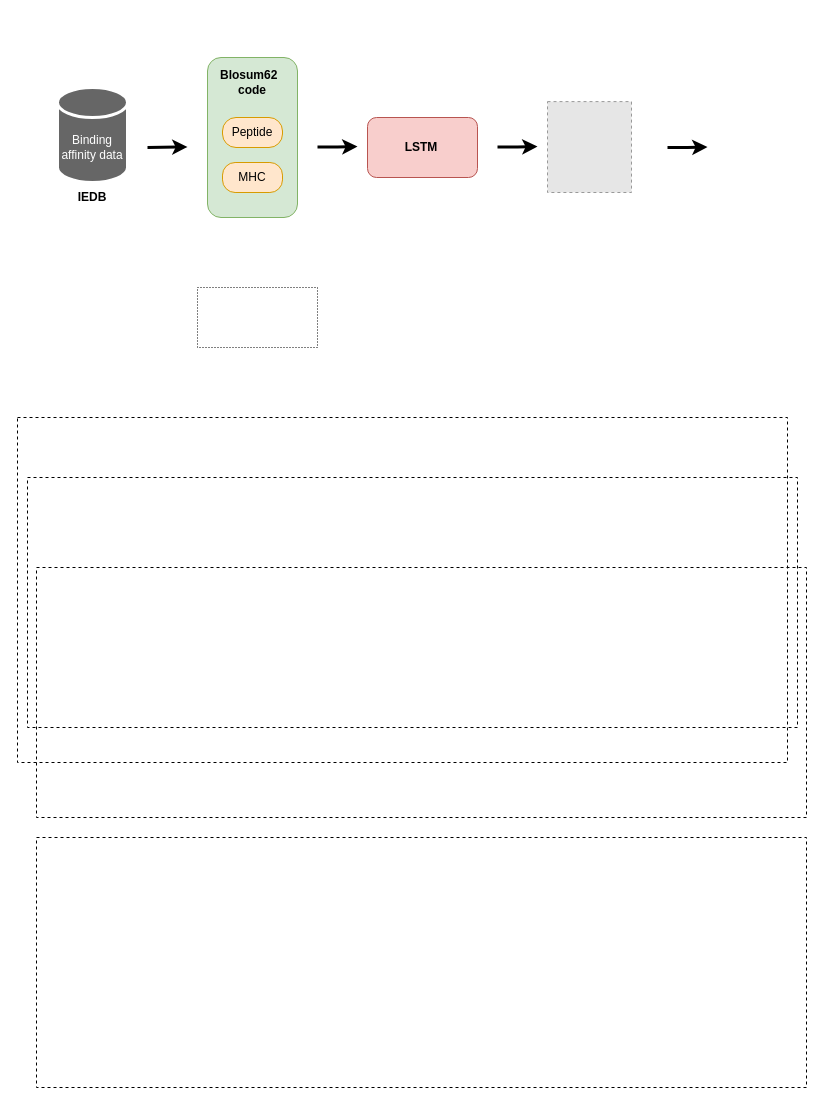
This is 未命名绘图.drawio from GuangShuaiWang/Diagram, a draw.io file, before an edit. Source tidied: cells renumbered, new cells numbered last; positions are measured from the earlier drawing's top-left corner, leaving out a move shared by most shapes. Both pictures are drawn from the tidied source at 100%, with x=0, y=0 at pixel (17, 57). Pictures stored in the file or linked from it are replaced by grey dashed boxes.
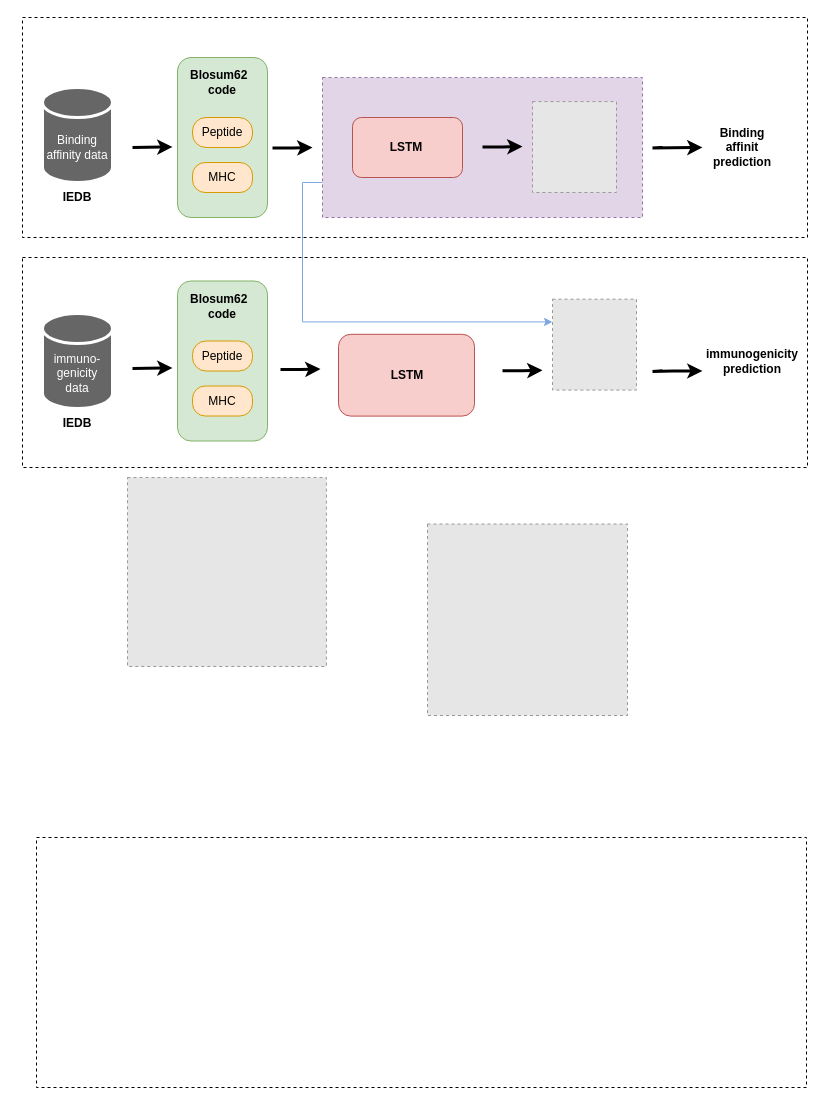
After the change.

Commit message:
更新未命名绘图.drawio

What changed in the source:
```diff
@@
     <mxCell id="2" style="rounded=0;whiteSpace=wrap;html=1;dashed=1;fillColor=none;strokeColor=#000000;" parent="1" vertex="1">
-      <mxGeometry x="10" y="420" width="770" height="250" as="geometry" />
+      <mxGeometry x="5" y="-40" width="785" height="220" as="geometry" />
     </mxCell>
+    <mxCell id="21" style="edgeStyle=orthogonalEdgeStyle;rounded=0;jettySize=auto;html=1;exitX=0;exitY=0.75;exitDx=0;exitDy=0;entryX=0;entryY=0.25;entryDx=0;entryDy=0;fontFamily=Helvetica;fontSize=12;fontColor=default;strokeColor=#7EA6E0;strokeWidth=1;" parent="1" edge="1" source="3" target="33">
+      <mxGeometry relative="1" as="geometry" />
+    </mxCell>
-    <mxCell id="3" style="rounded=0;whiteSpace=wrap;html=1;dashed=1;fillColor=none;strokeColor=#000000;" parent="1" vertex="1">
-      <mxGeometry y="360" width="770" height="345" as="geometry" />
+    <mxCell id="3" style="rounded=0;whiteSpace=wrap;html=1;dashed=1;fillColor=#e1d5e7;strokeColor=#9673a6;" parent="1" vertex="1">
+      <mxGeometry x="305" y="20" width="320" height="140" as="geometry" />
     </mxCell>
     <mxCell id="4" style="rounded=0;whiteSpace=wrap;html=1;dashed=1;fillColor=none;strokeColor=#000000;" parent="1" vertex="1">
-      <mxGeometry x="19" y="510" width="770" height="250" as="geometry" />
+      <mxGeometry x="5" y="200" width="785" height="210" as="geometry" />
     </mxCell>
@@
     <mxCell id="6" style="shape=cylinder3;whiteSpace=wrap;html=1;boundedLbl=1;backgroundOutline=1;size=15;strokeColor=#FFFFFF;fillColor=#666666;strokeWidth=3;" parent="1" vertex="1">
-      <mxGeometry x="40" y="30" width="70" height="95" as="geometry" />
+      <mxGeometry x="25" y="30" width="70" height="95" as="geometry" />
     </mxCell>
     <mxCell id="7" value="&lt;font color=&quot;#ffffff&quot;&gt;Binding&lt;br&gt;affinity data&lt;br&gt;&lt;/font&gt;" style="text;html=1;strokeColor=none;fillColor=none;align=center;verticalAlign=middle;whiteSpace=wrap;rounded=0;" parent="1" vertex="1">
-      <mxGeometry x="40" y="75" width="70" height="30" as="geometry" />
+      <mxGeometry x="25" y="75" width="70" height="30" as="geometry" />
     </mxCell>
     <mxCell id="8" value="&lt;font color=&quot;#000000&quot;&gt;&lt;b&gt;IEDB&lt;/b&gt;&lt;/font&gt;" style="text;html=1;strokeColor=none;fillColor=none;align=center;verticalAlign=middle;whiteSpace=wrap;rounded=0;fontColor=#FFFFFF;" parent="1" vertex="1">
-      <mxGeometry x="45" y="125" width="60" height="30" as="geometry" />
+      <mxGeometry x="30" y="125" width="60" height="30" as="geometry" />
     </mxCell>
     <mxCell id="9" style="endArrow=classic;html=1;rounded=0;fontColor=#000000;strokeWidth=3;" parent="1" edge="1">
       <mxGeometry relative="1" as="geometry">
-        <mxPoint x="130" y="89.9" as="sourcePoint" />
-        <mxPoint x="170" y="89.5" as="targetPoint" />
+        <mxPoint x="115" y="89.9" as="sourcePoint" />
+        <mxPoint x="155" y="89.5" as="targetPoint" />
       </mxGeometry>
     </mxCell>
     <mxCell id="10" style="fillColor=#E6E6E6;strokeColor=#999999;dashed=1;verticalLabelPosition=bottom;verticalAlign=top;fontColor=#000000;" parent="1" vertex="1">
-      <mxGeometry x="530" y="44.1" width="84" height="90.9" as="geometry" />
+      <mxGeometry x="515" y="44.1" width="84" height="90.9" as="geometry" />
     </mxCell>
-    <mxCell id="11" style="rounded=0;whiteSpace=wrap;html=1;dashed=1;dashPattern=1 2;sketch=0;fontColor=#000000;strokeColor=#000000;strokeWidth=1;fillColor=none;" parent="1" vertex="1">
-      <mxGeometry x="180" y="230" width="120" height="60" as="geometry" />
-    </mxCell>
     <mxCell id="12" style="rounded=1;whiteSpace=wrap;html=1;fontFamily=Helvetica;fontSize=12;fillColor=#d5e8d4;strokeColor=#82b366;" parent="1" vertex="1">
-      <mxGeometry x="190" width="90" height="160" as="geometry" />
+      <mxGeometry x="160" width="90" height="160" as="geometry" />
     </mxCell>
     <mxCell id="13" value="&lt;b&gt;Blosum62 &amp;nbsp;&lt;br&gt;code&lt;br&gt;&lt;/b&gt;" style="text;html=1;strokeColor=none;fillColor=none;align=center;verticalAlign=middle;whiteSpace=wrap;rounded=0;fontFamily=Helvetica;fontSize=12;fontColor=default;" parent="1" vertex="1">
-      <mxGeometry x="200" y="10" width="70" height="30" as="geometry" />
+      <mxGeometry x="170" y="10" width="70" height="30" as="geometry" />
     </mxCell>
     <mxCell id="14" value="Peptide" style="text;html=1;strokeColor=#d79b00;fillColor=#ffe6cc;align=center;verticalAlign=middle;whiteSpace=wrap;rounded=1;fontFamily=Helvetica;fontSize=12;arcSize=45;" parent="1" vertex="1">
-      <mxGeometry x="205" y="60" width="60" height="30" as="geometry" />
+      <mxGeometry x="175" y="60" width="60" height="30" as="geometry" />
     </mxCell>
     <mxCell id="15" value="MHC" style="text;html=1;strokeColor=#d79b00;fillColor=#ffe6cc;align=center;verticalAlign=middle;whiteSpace=wrap;rounded=1;fontFamily=Helvetica;fontSize=12;arcSize=42;" parent="1" vertex="1">
-      <mxGeometry x="205" y="105" width="60" height="30" as="geometry" />
+      <mxGeometry x="175" y="105" width="60" height="30" as="geometry" />
     </mxCell>
     <mxCell id="16" style="endArrow=classic;html=1;rounded=0;fontColor=#000000;strokeWidth=3;" parent="1" edge="1">
       <mxGeometry relative="1" as="geometry">
-        <mxPoint x="300" y="89.4" as="sourcePoint" />
-        <mxPoint x="340" y="89" as="targetPoint" />
+        <mxPoint x="255" y="90.5" as="sourcePoint" />
+        <mxPoint x="295" y="90" as="targetPoint" />
         <Array as="points">
-          <mxPoint x="320" y="89.4" />
+          <mxPoint x="275" y="90.5" />
         </Array>
       </mxGeometry>
     </mxCell>
     <mxCell id="17" style="rounded=1;whiteSpace=wrap;html=1;fontFamily=Helvetica;fontSize=12;fillColor=#f8cecc;strokeColor=#b85450;" parent="1" vertex="1">
-      <mxGeometry x="350" y="60" width="110" height="60" as="geometry" />
+      <mxGeometry x="335" y="60" width="110" height="60" as="geometry" />
     </mxCell>
     <mxCell id="18" style="endArrow=classic;html=1;rounded=0;fontColor=#000000;strokeWidth=3;" parent="1" edge="1">
       <mxGeometry relative="1" as="geometry">
-        <mxPoint x="480" y="89.4" as="sourcePoint" />
-        <mxPoint x="520" y="89" as="targetPoint" />
+        <mxPoint x="465" y="89.4" as="sourcePoint" />
+        <mxPoint x="505" y="89" as="targetPoint" />
         <Array as="points">
-          <mxPoint x="500" y="89.4" />
+          <mxPoint x="485" y="89.4" />
         </Array>
       </mxGeometry>
     </mxCell>
     <mxCell id="19" value="&lt;b&gt;LSTM&lt;/b&gt;" style="text;html=1;strokeColor=none;fillColor=none;align=center;verticalAlign=middle;whiteSpace=wrap;rounded=0;fontFamily=Helvetica;fontSize=12;fontColor=default;" parent="1" vertex="1">
-      <mxGeometry x="374" y="75" width="60" height="30" as="geometry" />
+      <mxGeometry x="359" y="75" width="60" height="30" as="geometry" />
     </mxCell>
     <mxCell id="20" style="endArrow=classic;html=1;rounded=0;fontColor=#000000;strokeWidth=3;" parent="1" edge="1">
       <mxGeometry relative="1" as="geometry">
-        <mxPoint x="650" y="90" as="sourcePoint" />
-        <mxPoint x="690" y="89.5" as="targetPoint" />
+        <mxPoint x="645" y="90" as="sourcePoint" />
+        <mxPoint x="685" y="90" as="targetPoint" />
         <Array as="points">
-          <mxPoint x="670" y="90" />
+          <mxPoint x="635" y="90.5" />
         </Array>
       </mxGeometry>
     </mxCell>
+    <mxCell id="22" value="&lt;b&gt;Binding affinit&lt;br&gt;prediction&lt;/b&gt;" style="text;html=1;strokeColor=none;fillColor=none;align=center;verticalAlign=middle;whiteSpace=wrap;rounded=0;fontFamily=Helvetica;fontSize=12;fontColor=default;" parent="1" vertex="1">
+      <mxGeometry x="695" y="75" width="60" height="30" as="geometry" />
+    </mxCell>
+    <mxCell id="23" style="shape=cylinder3;whiteSpace=wrap;html=1;boundedLbl=1;backgroundOutline=1;size=15;strokeColor=#FFFFFF;fillColor=#666666;strokeWidth=3;" parent="1" vertex="1">
+      <mxGeometry x="25" y="256" width="70" height="95" as="geometry" />
+    </mxCell>
+    <mxCell id="24" value="&lt;font color=&quot;#ffffff&quot;&gt;immuno-&lt;br&gt;genicity&lt;br&gt;data&lt;br&gt;&lt;/font&gt;" style="text;html=1;strokeColor=none;fillColor=none;align=center;verticalAlign=middle;whiteSpace=wrap;rounded=0;" parent="1" vertex="1">
+      <mxGeometry x="25" y="301" width="70" height="30" as="geometry" />
+    </mxCell>
+    <mxCell id="25" value="&lt;font color=&quot;#000000&quot;&gt;&lt;b&gt;IEDB&lt;/b&gt;&lt;/font&gt;" style="text;html=1;strokeColor=none;fillColor=none;align=center;verticalAlign=middle;whiteSpace=wrap;rounded=0;fontColor=#FFFFFF;" parent="1" vertex="1">
+      <mxGeometry x="30" y="351" width="60" height="30" as="geometry" />
+    </mxCell>
+    <mxCell id="26" style="endArrow=classic;html=1;rounded=0;fontColor=#000000;strokeWidth=3;" parent="1" edge="1">
+      <mxGeometry relative="1" as="geometry">
+        <mxPoint x="115" y="310.9" as="sourcePoint" />
+        <mxPoint x="155" y="310.5" as="targetPoint" />
+      </mxGeometry>
+    </mxCell>
+    <mxCell id="27" style="rounded=1;whiteSpace=wrap;html=1;fontFamily=Helvetica;fontSize=12;fillColor=#d5e8d4;strokeColor=#82b366;" parent="1" vertex="1">
+      <mxGeometry x="160" y="223.5" width="90" height="160" as="geometry" />
+    </mxCell>
+    <mxCell id="28" value="&lt;b&gt;Blosum62 &amp;nbsp;&lt;br&gt;code&lt;br&gt;&lt;/b&gt;" style="text;html=1;strokeColor=none;fillColor=none;align=center;verticalAlign=middle;whiteSpace=wrap;rounded=0;fontFamily=Helvetica;fontSize=12;fontColor=default;" parent="1" vertex="1">
+      <mxGeometry x="170" y="233.5" width="70" height="30" as="geometry" />
+    </mxCell>
+    <mxCell id="29" value="Peptide" style="text;html=1;strokeColor=#d79b00;fillColor=#ffe6cc;align=center;verticalAlign=middle;whiteSpace=wrap;rounded=1;fontFamily=Helvetica;fontSize=12;arcSize=45;" parent="1" vertex="1">
+      <mxGeometry x="175" y="283.5" width="60" height="30" as="geometry" />
+    </mxCell>
+    <mxCell id="30" value="MHC" style="text;html=1;strokeColor=#d79b00;fillColor=#ffe6cc;align=center;verticalAlign=middle;whiteSpace=wrap;rounded=1;fontFamily=Helvetica;fontSize=12;arcSize=42;" parent="1" vertex="1">
+      <mxGeometry x="175" y="328.5" width="60" height="30" as="geometry" />
+    </mxCell>
+    <mxCell id="31" style="rounded=1;whiteSpace=wrap;html=1;fontFamily=Helvetica;fontSize=12;fillColor=#f8cecc;strokeColor=#b85450;" parent="1" vertex="1">
+      <mxGeometry x="321" y="276.8" width="136" height="81.8" as="geometry" />
+    </mxCell>
+    <mxCell id="32" value="&lt;b&gt;LSTM&lt;/b&gt;" style="text;html=1;strokeColor=none;fillColor=none;align=center;verticalAlign=middle;whiteSpace=wrap;rounded=0;fontFamily=Helvetica;fontSize=12;fontColor=default;" parent="1" vertex="1">
+      <mxGeometry x="360" y="302.6" width="60" height="30" as="geometry" />
+    </mxCell>
+    <mxCell id="33" style="fillColor=#E6E6E6;strokeColor=#999999;dashed=1;verticalLabelPosition=bottom;verticalAlign=top;fontColor=#000000;" parent="1" vertex="1">
+      <mxGeometry x="535" y="241.7" width="84" height="90.9" as="geometry" />
+    </mxCell>
+    <mxCell id="34" style="endArrow=classic;html=1;rounded=0;fontColor=#000000;strokeWidth=3;" parent="1" edge="1">
+      <mxGeometry relative="1" as="geometry">
+        <mxPoint x="263" y="312" as="sourcePoint" />
+        <mxPoint x="303" y="311.5" as="targetPoint" />
+        <Array as="points">
+          <mxPoint x="283" y="312" />
+        </Array>
+      </mxGeometry>
+    </mxCell>
+    <mxCell id="35" style="endArrow=classic;html=1;rounded=0;fontColor=#000000;strokeWidth=3;" parent="1" edge="1">
+      <mxGeometry relative="1" as="geometry">
+        <mxPoint x="485" y="313.2" as="sourcePoint" />
+        <mxPoint x="525" y="312.8" as="targetPoint" />
+        <Array as="points">
+          <mxPoint x="505" y="313.2" />
+        </Array>
+      </mxGeometry>
+    </mxCell>
+    <mxCell id="36" style="endArrow=classic;html=1;rounded=0;fontColor=#000000;strokeWidth=3;" parent="1" edge="1">
+      <mxGeometry relative="1" as="geometry">
+        <mxPoint x="645" y="313.5" as="sourcePoint" />
+        <mxPoint x="685" y="313.5" as="targetPoint" />
+        <Array as="points">
+          <mxPoint x="635" y="314" />
+          <mxPoint x="655" y="313.5" />
+          <mxPoint x="665" y="313.5" />
+        </Array>
+      </mxGeometry>
+    </mxCell>
+    <mxCell id="37" value="&lt;b&gt;immunogenicity&lt;br&gt;prediction&lt;/b&gt;" style="text;html=1;strokeColor=none;fillColor=none;align=center;verticalAlign=middle;whiteSpace=wrap;rounded=0;fontFamily=Helvetica;fontSize=12;fontColor=default;" parent="1" vertex="1">
+      <mxGeometry x="705" y="288.5" width="60" height="30" as="geometry" />
+    </mxCell>
+    <mxCell id="38" style="fillColor=#E6E6E6;strokeColor=#999999;dashed=1;verticalLabelPosition=bottom;verticalAlign=top;" parent="1" vertex="1">
+      <mxGeometry x="110" y="420" width="198.9" height="189" as="geometry" />
+    </mxCell>
+    <mxCell id="39" style="fillColor=#E6E6E6;strokeColor=#999999;dashed=1;verticalLabelPosition=bottom;verticalAlign=top;" parent="1" vertex="1">
+      <mxGeometry x="410" y="466.5" width="200" height="191.5" as="geometry" />
+    </mxCell>
```
